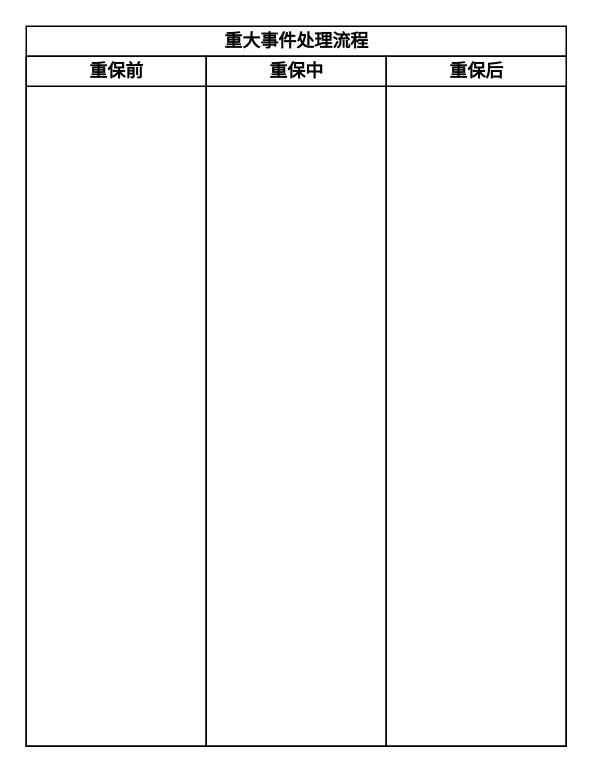
WilliamWanCN/WilliamWanCN.github.io keeps this draw.io diagram as 重保.drawio. Above is the earlier version. Source tidied: cells renumbered, new cells numbered last; positions are measured from the earlier drawing's top-left corner, leaving out a move shared by most shapes. Both pictures are drawn from the tidied source at 150%, with x=0, y=0 at pixel (26, 26).
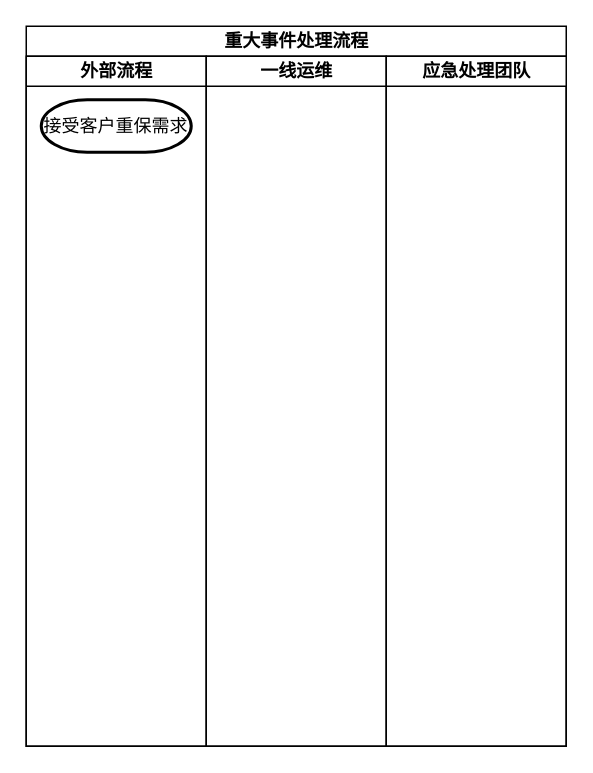
After the change.

What changed in the source:
```diff
@@
 <mxGraphModel>
   <root>
     <mxCell id="0" />
     <mxCell id="1" parent="0" />
     <mxCell id="2" value="重大事件处理流程" style="swimlane;startSize=20;html=1;" parent="1" vertex="1">
       <mxGeometry width="360" height="480" as="geometry" />
     </mxCell>
-    <mxCell id="3" value="重保前" style="swimlane;startSize=20;html=1;" parent="2" vertex="1">
+    <mxCell id="3" value="外部流程" style="swimlane;startSize=20;html=1;" parent="2" vertex="1">
       <mxGeometry y="20" width="120" height="460" as="geometry" />
     </mxCell>
+    <mxCell id="6" value="接受客户重保需求" style="strokeWidth=2;html=1;shape=mxgraph.flowchart.terminator;whiteSpace=wrap;" parent="3" vertex="1">
+      <mxGeometry x="10" y="29" width="100" height="35" as="geometry" />
+    </mxCell>
-    <mxCell id="4" value="重保中" style="swimlane;startSize=20;html=1;" parent="2" vertex="1">
+    <mxCell id="4" value="一线运维" style="swimlane;startSize=20;html=1;" parent="2" vertex="1">
       <mxGeometry x="120" y="20" width="120" height="460" as="geometry" />
     </mxCell>
-    <mxCell id="5" value="重保后" style="swimlane;startSize=20;html=1;" parent="2" vertex="1">
+    <mxCell id="5" value="应急处理团队" style="swimlane;startSize=20;html=1;" parent="2" vertex="1">
       <mxGeometry x="240" y="20" width="120" height="460" as="geometry" />
     </mxCell>
   </root>
 </mxGraphModel>
```
